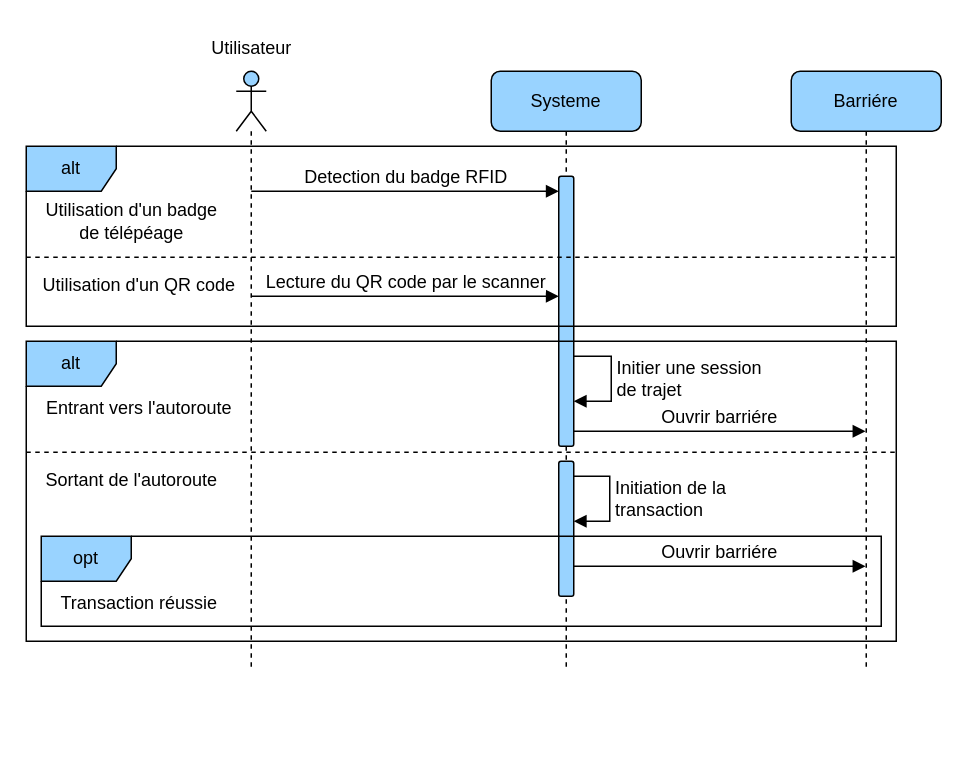
Before: page "toll" (6 of 7) of diagrams/sequence.drawio in devlotfi/peage-pay, a draw.io diagram. Source tidied: cells renumbered, new cells numbered last; positions are measured from the earlier drawing's top-left corner, leaving out a move shared by most shapes. Both pictures are drawn from the tidied source at 150%, with x=0, y=0 at pixel (26, 26).
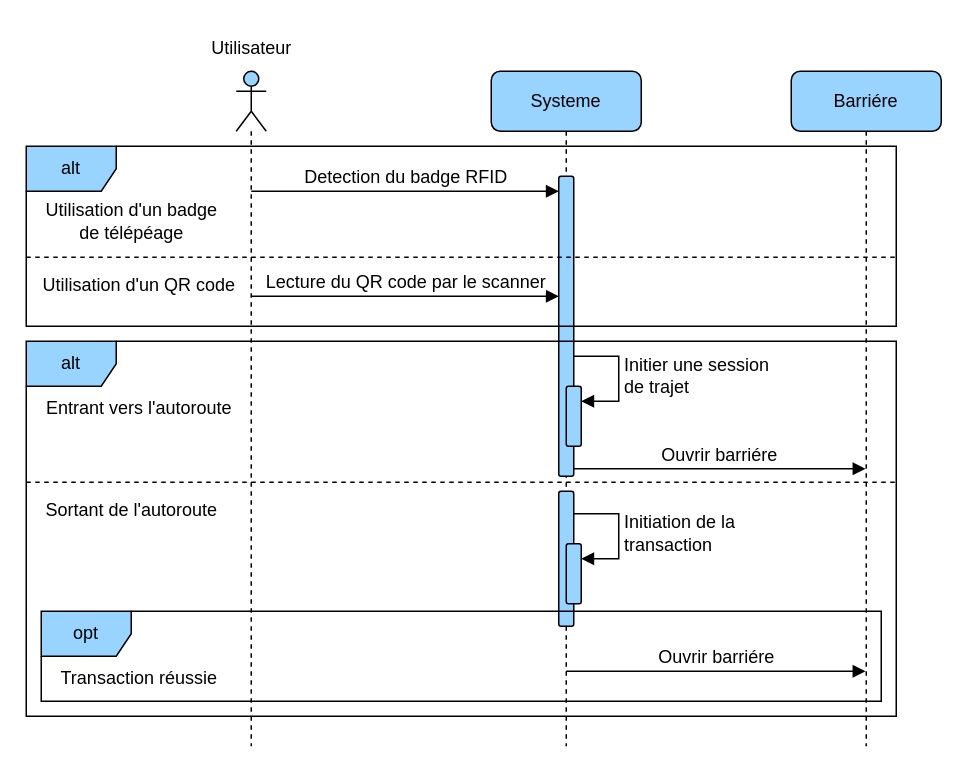
After the change.

Change to the diagram source:
```diff
@@
     <mxCell id="2" style="shape=umlLifeline;perimeter=lifelinePerimeter;whiteSpace=wrap;html=1;newEdgeStyle={&quot;curved&quot;:0,&quot;rounded&quot;:0};participant=umlActor;rounded=1;strokeColor=default;align=center;verticalAlign=middle;fontFamily=Helvetica;fontSize=12;fontColor=default;fontStyle=0;fillColor=#99D3FF;" parent="1" vertex="1">
-      <mxGeometry x="140" y="30" width="20" height="400" as="geometry" />
+      <mxGeometry x="140" y="30" width="20" height="450" as="geometry" />
     </mxCell>
@@
     <mxCell id="4" value="Systeme" style="shape=umlLifeline;perimeter=lifelinePerimeter;whiteSpace=wrap;html=1;newEdgeStyle={&quot;curved&quot;:0,&quot;rounded&quot;:0};rounded=1;strokeColor=default;align=center;verticalAlign=middle;fontFamily=Helvetica;fontSize=12;fontColor=default;fontStyle=0;fillColor=#99D3FF;" parent="1" vertex="1">
-      <mxGeometry x="310" y="30" width="100" height="400" as="geometry" />
+      <mxGeometry x="310" y="30" width="100" height="450" as="geometry" />
     </mxCell>
     <mxCell id="5" style="html=1;points=[[0,0,0,0,5],[0,1,0,0,-5],[1,0,0,0,5],[1,1,0,0,-5]];perimeter=orthogonalPerimeter;outlineConnect=0;targetShapes=umlLifeline;portConstraint=eastwest;newEdgeStyle={&quot;curved&quot;:0,&quot;rounded&quot;:0};rounded=1;strokeColor=default;align=center;verticalAlign=middle;fontFamily=Helvetica;fontSize=12;fontColor=default;fontStyle=0;fillColor=#99D3FF;" parent="4" vertex="1">
-      <mxGeometry x="45" y="70" width="10" height="180" as="geometry" />
+      <mxGeometry x="45" y="70" width="10" height="200" as="geometry" />
     </mxCell>
-    <mxCell id="6" value="&lt;span style=&quot;text-align: center;&quot;&gt;Initier une session&lt;/span&gt;&lt;br style=&quot;text-align: center;&quot;&gt;&lt;span style=&quot;text-align: center;&quot;&gt;de trajet&lt;/span&gt;" style="html=1;align=left;spacingLeft=2;endArrow=block;rounded=0;edgeStyle=orthogonalEdgeStyle;curved=0;rounded=0;fontFamily=Helvetica;fontSize=12;fontColor=default;fontStyle=0;" parent="4" edge="1">
-      <mxGeometry relative="1" as="geometry">
-        <mxPoint x="55" y="190" as="sourcePoint" />
-        <mxPoint x="55" y="220" as="targetPoint" />
-        <Array as="points">
-          <mxPoint x="80" y="190" />
-          <mxPoint x="80" y="220" />
-        </Array>
-      </mxGeometry>
-    </mxCell>
     <mxCell id="7" style="html=1;points=[[0,0,0,0,5],[0,1,0,0,-5],[1,0,0,0,5],[1,1,0,0,-5]];perimeter=orthogonalPerimeter;outlineConnect=0;targetShapes=umlLifeline;portConstraint=eastwest;newEdgeStyle={&quot;curved&quot;:0,&quot;rounded&quot;:0};rounded=1;strokeColor=default;align=center;verticalAlign=middle;fontFamily=Helvetica;fontSize=12;fontColor=default;fontStyle=0;fillColor=#99D3FF;" parent="4" vertex="1">
-      <mxGeometry x="45" y="260" width="10" height="90" as="geometry" />
+      <mxGeometry x="45" y="280" width="10" height="90" as="geometry" />
     </mxCell>
-    <mxCell id="8" value="&lt;span style=&quot;text-align: center;&quot;&gt;Initiation de la&lt;/span&gt;&lt;br style=&quot;text-align: center;&quot;&gt;&lt;span style=&quot;text-align: center;&quot;&gt;transaction&lt;/span&gt;" style="html=1;align=left;spacingLeft=2;endArrow=block;rounded=0;edgeStyle=orthogonalEdgeStyle;curved=0;rounded=0;fontFamily=Helvetica;fontSize=12;fontColor=default;fontStyle=0;" parent="4" edge="1" source="7" target="7">
-      <mxGeometry relative="1" as="geometry">
-        <Array as="points">
-          <mxPoint x="79" y="270" />
-          <mxPoint x="79" y="300" />
-        </Array>
-      </mxGeometry>
-    </mxCell>
@@
     <mxCell id="10" value="Barriére" style="shape=umlLifeline;perimeter=lifelinePerimeter;whiteSpace=wrap;html=1;outlineConnect=0;portConstraint=eastwest;newEdgeStyle={&quot;curved&quot;:0,&quot;rounded&quot;:0};rounded=1;strokeColor=default;align=center;verticalAlign=middle;fontFamily=Helvetica;fontSize=12;fontColor=default;fontStyle=0;fillColor=#99D3FF;" parent="1" vertex="1">
-      <mxGeometry x="510" y="30" width="100" height="400" as="geometry" />
+      <mxGeometry x="510" y="30" width="100" height="450" as="geometry" />
     </mxCell>
     <mxCell id="11" value="alt" style="shape=umlFrame;whiteSpace=wrap;html=1;rounded=1;strokeColor=default;align=center;verticalAlign=middle;fontFamily=Helvetica;fontSize=12;fontColor=default;fontStyle=0;fillColor=#99D3FF;" parent="1" vertex="1">
-      <mxGeometry y="210" width="580" height="200" as="geometry" />
+      <mxGeometry y="210" width="580" height="250" as="geometry" />
     </mxCell>
@@
     <mxCell id="13" value="Sortant de l'autoroute" style="text;html=1;align=center;verticalAlign=middle;strokeColor=none;fillColor=none;fontFamily=Helvetica;fontSize=12;fontColor=default;fontStyle=0;" parent="1" vertex="1">
-      <mxGeometry y="288" width="140" height="30" as="geometry" />
+      <mxGeometry y="308" width="140" height="30" as="geometry" />
     </mxCell>
     <mxCell id="14" style="line;strokeWidth=1;fillColor=none;align=left;verticalAlign=middle;spacingTop=-1;spacingLeft=3;spacingRight=3;labelPosition=right;strokeColor=inherit;rounded=1;fontFamily=Helvetica;fontSize=12;fontColor=default;fontStyle=0;dashed=1;" parent="1" vertex="1">
-      <mxGeometry y="280" width="580" height="8" as="geometry" />
+      <mxGeometry y="300" width="580" height="8" as="geometry" />
     </mxCell>
-    <mxCell id="15" value="Ouvrir barriére" style="html=1;verticalAlign=bottom;endArrow=block;curved=0;rounded=0;fontFamily=Helvetica;fontSize=12;fontColor=default;fontStyle=0;" parent="1" edge="1" source="5">
-      <mxGeometry relative="1" as="geometry">
-        <mxPoint x="559.5" y="270" as="targetPoint" />
-      </mxGeometry>
+    <mxCell id="15" value="Ouvrir barriére" style="html=1;verticalAlign=bottom;endArrow=block;curved=0;rounded=0;fontFamily=Helvetica;fontSize=12;fontColor=default;fontStyle=0;exitX=1;exitY=1;exitDx=0;exitDy=-5;exitPerimeter=0;" parent="1" edge="1" source="5" target="10">
+      <mxGeometry relative="1" as="geometry" />
     </mxCell>
     <mxCell id="16" value="opt" style="shape=umlFrame;whiteSpace=wrap;html=1;rounded=1;strokeColor=default;align=center;verticalAlign=middle;fontFamily=Helvetica;fontSize=12;fontColor=default;fontStyle=0;fillColor=#99D3FF;" parent="1" vertex="1">
-      <mxGeometry x="10" y="340" width="560" height="60" as="geometry" />
+      <mxGeometry x="10" y="390" width="560" height="60" as="geometry" />
     </mxCell>
     <mxCell id="17" value="Transaction réussie" style="text;html=1;align=center;verticalAlign=middle;strokeColor=none;fillColor=none;fontFamily=Helvetica;fontSize=12;fontColor=default;fontStyle=0;" parent="1" vertex="1">
-      <mxGeometry x="10" y="370" width="130" height="30" as="geometry" />
+      <mxGeometry x="10" y="420" width="130" height="30" as="geometry" />
     </mxCell>
-    <mxCell id="18" value="Ouvrir barriére" style="html=1;verticalAlign=bottom;endArrow=block;curved=0;rounded=0;fontFamily=Helvetica;fontSize=12;fontColor=default;fontStyle=0;" parent="1" edge="1" source="7">
+    <mxCell id="18" value="Ouvrir barriére" style="html=1;verticalAlign=bottom;endArrow=block;curved=0;rounded=0;fontFamily=Helvetica;fontSize=12;fontColor=default;fontStyle=0;" parent="1" edge="1" target="10">
       <mxGeometry relative="1" as="geometry">
-        <mxPoint x="559.5" y="360" as="targetPoint" />
+        <mxPoint x="360" y="430" as="sourcePoint" />
       </mxGeometry>
     </mxCell>
@@
+    <mxCell id="24" style="html=1;points=[[0,0,0,0,5],[0,1,0,0,-5],[1,0,0,0,5],[1,1,0,0,-5]];perimeter=orthogonalPerimeter;outlineConnect=0;targetShapes=umlLifeline;portConstraint=eastwest;newEdgeStyle={&quot;curved&quot;:0,&quot;rounded&quot;:0};rounded=1;strokeColor=default;align=center;verticalAlign=middle;fontFamily=Helvetica;fontSize=12;fontColor=default;fontStyle=0;fillColor=#99D3FF;" parent="1" vertex="1">
+      <mxGeometry x="360" y="240" width="10" height="40" as="geometry" />
+    </mxCell>
+    <mxCell id="6" value="&lt;span style=&quot;text-align: center;&quot;&gt;Initier une session&lt;/span&gt;&lt;br style=&quot;text-align: center;&quot;&gt;&lt;span style=&quot;text-align: center;&quot;&gt;de trajet&lt;/span&gt;" style="html=1;align=left;spacingLeft=2;endArrow=block;rounded=0;edgeStyle=orthogonalEdgeStyle;curved=0;rounded=0;fontFamily=Helvetica;fontSize=12;fontColor=default;fontStyle=0;" parent="1" edge="1" target="24">
+      <mxGeometry relative="1" as="geometry">
+        <mxPoint x="365" y="220" as="sourcePoint" />
+        <Array as="points">
+          <mxPoint x="395" y="250" />
+        </Array>
+      </mxGeometry>
+    </mxCell>
+    <mxCell id="25" style="html=1;points=[[0,0,0,0,5],[0,1,0,0,-5],[1,0,0,0,5],[1,1,0,0,-5]];perimeter=orthogonalPerimeter;outlineConnect=0;targetShapes=umlLifeline;portConstraint=eastwest;newEdgeStyle={&quot;curved&quot;:0,&quot;rounded&quot;:0};rounded=1;strokeColor=default;align=center;verticalAlign=middle;fontFamily=Helvetica;fontSize=12;fontColor=default;fontStyle=0;fillColor=#99D3FF;" parent="1" vertex="1">
+      <mxGeometry x="360" y="345" width="10" height="40" as="geometry" />
+    </mxCell>
+    <mxCell id="8" value="&lt;span style=&quot;text-align: center;&quot;&gt;Initiation de la&lt;/span&gt;&lt;br style=&quot;text-align: center;&quot;&gt;&lt;span style=&quot;text-align: center;&quot;&gt;transaction&lt;/span&gt;" style="html=1;align=left;spacingLeft=2;endArrow=block;rounded=0;edgeStyle=orthogonalEdgeStyle;curved=0;rounded=0;fontFamily=Helvetica;fontSize=12;fontColor=default;fontStyle=0;" parent="1" edge="1" target="25">
+      <mxGeometry relative="1" as="geometry">
+        <mxPoint x="365" y="325" as="sourcePoint" />
+        <Array as="points">
+          <mxPoint x="395" y="355" />
+        </Array>
+      </mxGeometry>
+    </mxCell>
```
